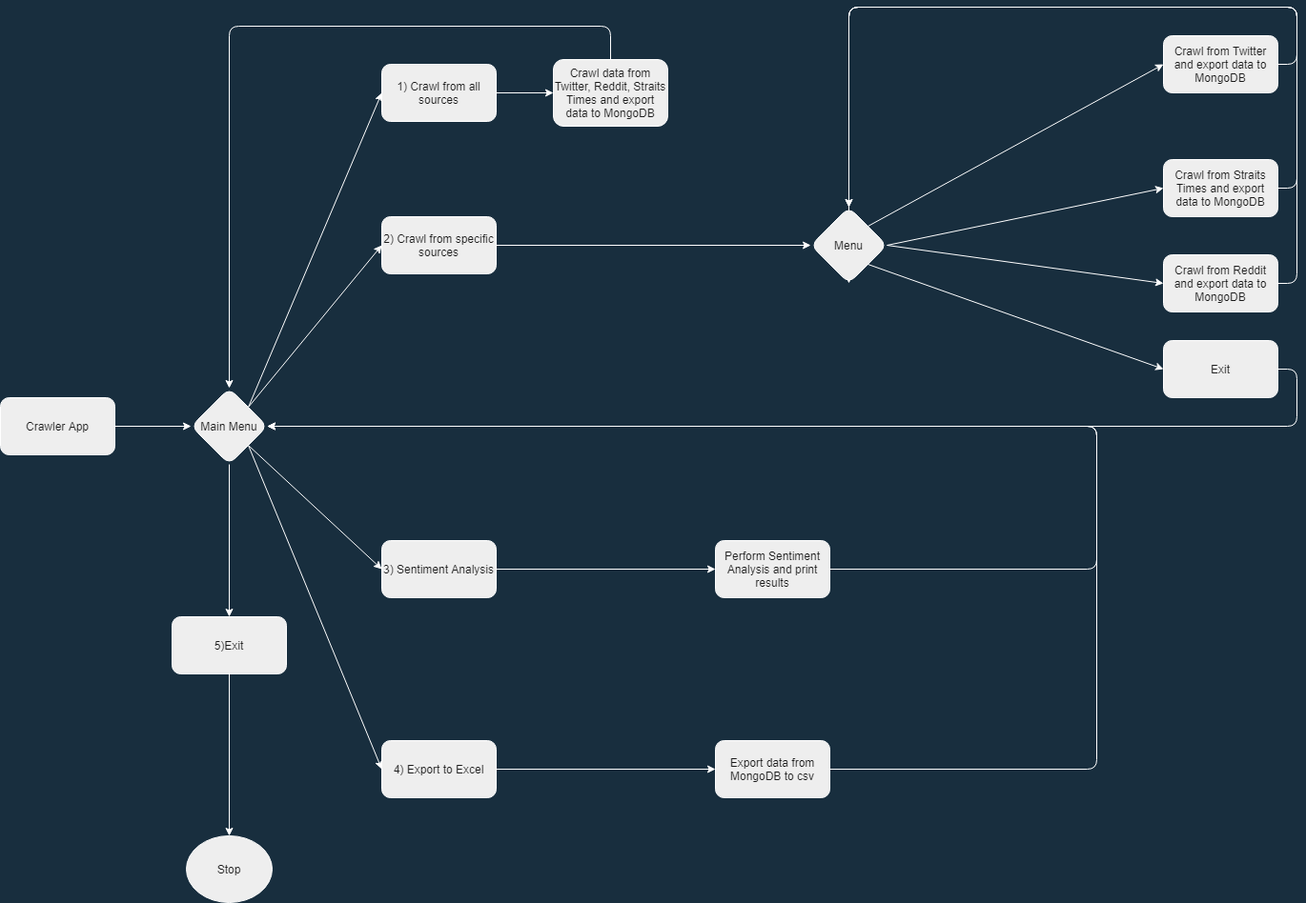
This is Spooder/Untitled Diagram.png from yxchia98/spooder, a draw.io export, as it was before one commit. Source tidied: cells renumbered, new cells last; positions are measured from the earlier drawing's top-left corner, leaving out a move shared by most shapes.
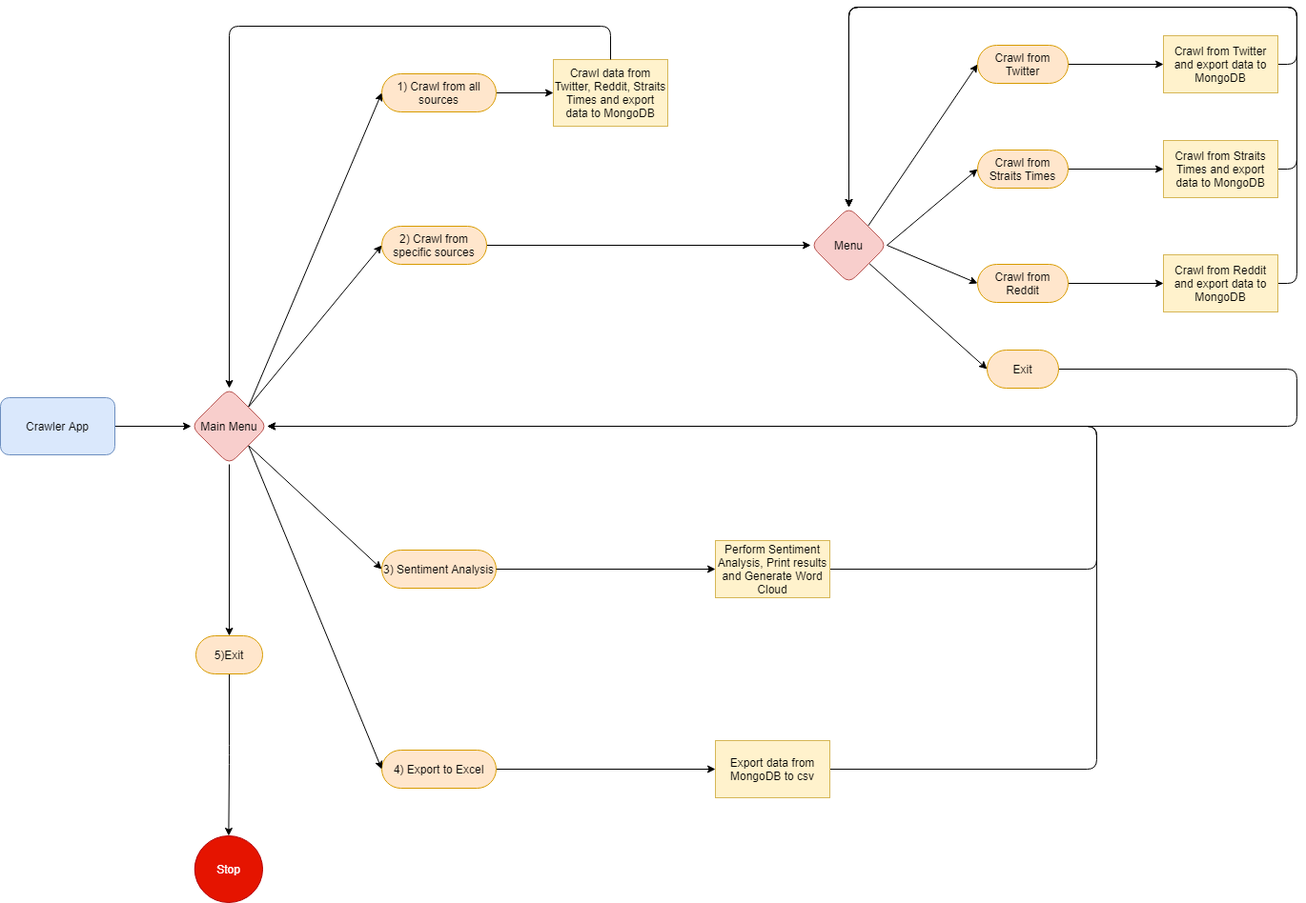
After the change.

What changed in the source:
```diff
@@ -1,2 +1,2 @@
-<mxGraphModel background="#182E3E">
+<mxGraphModel>
   <root>
@@ -4,60 +4,60 @@
     <mxCell id="1" parent="0" />
-    <mxCell id="2" style="edgeStyle=orthogonalEdgeStyle;jettySize=auto;html=1;exitX=1;exitY=0.5;exitDx=0;exitDy=0;entryX=0;entryY=0.5;entryDx=0;entryDy=0;strokeColor=#FFFFFF;fontColor=#FFFFFF;labelBackgroundColor=#182E3E;" parent="1" edge="1" source="3" target="20">
+    <mxCell id="2" style="edgeStyle=orthogonalEdgeStyle;jettySize=auto;html=1;exitX=1;exitY=0.5;exitDx=0;exitDy=0;entryX=0;entryY=0.5;entryDx=0;entryDy=0;" parent="1" edge="1" source="3" target="20">
       <mxGeometry relative="1" as="geometry" />
     </mxCell>
-    <mxCell id="3" value="1) Crawl from all sources" style="whiteSpace=wrap;html=1;rounded=1;fillColor=#EEEEEE;strokeColor=#FFFFFF;fontColor=#1A1A1A;" parent="1" vertex="1">
-      <mxGeometry x="400" y="60" width="120" height="60" as="geometry" />
+    <mxCell id="3" value="1) Crawl from all sources" style="whiteSpace=wrap;html=1;rounded=1;arcSize=50;fillColor=#ffe6cc;strokeColor=#d79b00;" parent="1" vertex="1">
+      <mxGeometry x="400" y="70" width="120" height="40" as="geometry" />
     </mxCell>
-    <mxCell id="4" style="edgeStyle=orthogonalEdgeStyle;jettySize=auto;html=1;exitX=1;exitY=0.5;exitDx=0;exitDy=0;entryX=0;entryY=0.5;entryDx=0;entryDy=0;strokeColor=#FFFFFF;fontColor=#FFFFFF;labelBackgroundColor=#182E3E;" parent="1" edge="1" source="5" target="35">
+    <mxCell id="4" style="edgeStyle=orthogonalEdgeStyle;jettySize=auto;html=1;exitX=1;exitY=0.5;exitDx=0;exitDy=0;entryX=0;entryY=0.5;entryDx=0;entryDy=0;" parent="1" edge="1" source="5" target="35">
       <mxGeometry relative="1" as="geometry" />
     </mxCell>
-    <mxCell id="5" value="4) Export to Excel" style="whiteSpace=wrap;html=1;rounded=1;fillColor=#EEEEEE;strokeColor=#FFFFFF;fontColor=#1A1A1A;" parent="1" vertex="1">
-      <mxGeometry x="400" y="770" width="120" height="60" as="geometry" />
+    <mxCell id="5" value="4) Export to Excel" style="whiteSpace=wrap;html=1;rounded=1;arcSize=50;fillColor=#ffe6cc;strokeColor=#d79b00;" parent="1" vertex="1">
+      <mxGeometry x="400" y="780" width="120" height="40" as="geometry" />
     </mxCell>
-    <mxCell id="6" value="3) Sentiment Analysis" style="whiteSpace=wrap;html=1;rounded=1;fillColor=#EEEEEE;strokeColor=#FFFFFF;fontColor=#1A1A1A;" parent="1" vertex="1">
-      <mxGeometry x="400" y="560" width="120" height="60" as="geometry" />
+    <mxCell id="6" value="3) Sentiment Analysis" style="whiteSpace=wrap;html=1;rounded=1;arcSize=50;fillColor=#ffe6cc;strokeColor=#d79b00;" parent="1" vertex="1">
+      <mxGeometry x="400" y="570" width="120" height="40" as="geometry" />
     </mxCell>
-    <mxCell id="7" style="edgeStyle=orthogonalEdgeStyle;jettySize=auto;html=1;strokeColor=#FFFFFF;fontColor=#FFFFFF;labelBackgroundColor=#182E3E;" parent="1" edge="1" source="8" target="39">
+    <mxCell id="7" style="edgeStyle=orthogonalEdgeStyle;jettySize=auto;html=1;" parent="1" edge="1" source="8" target="39">
       <mxGeometry relative="1" as="geometry" />
     </mxCell>
-    <mxCell id="8" value="2) Crawl from specific sources" style="whiteSpace=wrap;html=1;rounded=1;fillColor=#EEEEEE;strokeColor=#FFFFFF;fontColor=#1A1A1A;" parent="1" vertex="1">
-      <mxGeometry x="400" y="220" width="120" height="60" as="geometry" />
+    <mxCell id="8" value="2) Crawl from specific sources" style="whiteSpace=wrap;html=1;rounded=1;arcSize=50;fillColor=#ffe6cc;strokeColor=#d79b00;" parent="1" vertex="1">
+      <mxGeometry x="400" y="230" width="110" height="40" as="geometry" />
     </mxCell>
-    <mxCell id="9" style="edgeStyle=orthogonalEdgeStyle;jettySize=auto;html=1;exitX=1;exitY=0.5;exitDx=0;exitDy=0;strokeColor=#FFFFFF;fontColor=#FFFFFF;labelBackgroundColor=#182E3E;" parent="1" edge="1" source="10" target="18">
+    <mxCell id="9" style="edgeStyle=orthogonalEdgeStyle;jettySize=auto;html=1;exitX=1;exitY=0.5;exitDx=0;exitDy=0;" parent="1" edge="1" source="10" target="18">
       <mxGeometry relative="1" as="geometry" />
     </mxCell>
-    <mxCell id="10" value="Crawler App" style="whiteSpace=wrap;html=1;rounded=1;fillColor=#EEEEEE;strokeColor=#FFFFFF;fontColor=#1A1A1A;" parent="1" vertex="1">
+    <mxCell id="10" value="Crawler App" style="whiteSpace=wrap;html=1;rounded=1;fillColor=#dae8fc;strokeColor=#6c8ebf;" parent="1" vertex="1">
       <mxGeometry y="410" width="120" height="60" as="geometry" />
     </mxCell>
-    <mxCell id="11" style="edgeStyle=orthogonalEdgeStyle;jettySize=auto;html=1;exitX=0.5;exitY=1;exitDx=0;exitDy=0;entryX=0.5;entryY=0;entryDx=0;entryDy=0;strokeColor=#FFFFFF;fontColor=#FFFFFF;labelBackgroundColor=#182E3E;" parent="1" edge="1" source="12" target="19">
+    <mxCell id="11" style="edgeStyle=orthogonalEdgeStyle;jettySize=auto;html=1;exitX=0.5;exitY=1;exitDx=0;exitDy=0;entryX=0.5;entryY=0;entryDx=0;entryDy=0;" parent="1" edge="1" source="12" target="19">
       <mxGeometry relative="1" as="geometry" />
     </mxCell>
-    <mxCell id="12" value="5)Exit" style="whiteSpace=wrap;html=1;rounded=1;fillColor=#EEEEEE;strokeColor=#FFFFFF;fontColor=#1A1A1A;" parent="1" vertex="1">
-      <mxGeometry x="180" y="640" width="120" height="60" as="geometry" />
+    <mxCell id="12" value="5)Exit" style="whiteSpace=wrap;html=1;rounded=1;arcSize=50;fillColor=#ffe6cc;strokeColor=#d79b00;" parent="1" vertex="1">
+      <mxGeometry x="205" y="660" width="70" height="40" as="geometry" />
     </mxCell>
-    <mxCell id="13" style="endArrow=classic;html=1;entryX=0;entryY=0.5;entryDx=0;entryDy=0;exitX=1;exitY=0;exitDx=0;exitDy=0;strokeColor=#FFFFFF;fontColor=#FFFFFF;labelBackgroundColor=#182E3E;" parent="1" edge="1" source="18" target="3">
+    <mxCell id="13" style="endArrow=classic;html=1;entryX=0;entryY=0.5;entryDx=0;entryDy=0;exitX=1;exitY=0;exitDx=0;exitDy=0;" parent="1" edge="1" source="18" target="3">
       <mxGeometry relative="1" as="geometry" />
     </mxCell>
-    <mxCell id="14" style="endArrow=classic;html=1;entryX=0;entryY=0.5;entryDx=0;entryDy=0;exitX=1;exitY=0;exitDx=0;exitDy=0;strokeColor=#FFFFFF;fontColor=#FFFFFF;labelBackgroundColor=#182E3E;" parent="1" edge="1" source="18" target="8">
+    <mxCell id="14" style="endArrow=classic;html=1;entryX=0;entryY=0.5;entryDx=0;entryDy=0;exitX=1;exitY=0;exitDx=0;exitDy=0;" parent="1" edge="1" source="18" target="8">
       <mxGeometry relative="1" as="geometry" />
     </mxCell>
-    <mxCell id="15" style="endArrow=classic;html=1;entryX=0;entryY=0.5;entryDx=0;entryDy=0;exitX=1;exitY=1;exitDx=0;exitDy=0;strokeColor=#FFFFFF;fontColor=#FFFFFF;labelBackgroundColor=#182E3E;" parent="1" edge="1" source="18" target="6">
+    <mxCell id="15" style="endArrow=classic;html=1;entryX=0;entryY=0.5;entryDx=0;entryDy=0;exitX=1;exitY=1;exitDx=0;exitDy=0;" parent="1" edge="1" source="18" target="6">
       <mxGeometry relative="1" as="geometry" />
     </mxCell>
-    <mxCell id="16" style="endArrow=classic;html=1;exitX=1;exitY=1;exitDx=0;exitDy=0;entryX=0;entryY=0.5;entryDx=0;entryDy=0;strokeColor=#FFFFFF;fontColor=#FFFFFF;labelBackgroundColor=#182E3E;" parent="1" edge="1" source="18" target="5">
+    <mxCell id="16" style="endArrow=classic;html=1;exitX=1;exitY=1;exitDx=0;exitDy=0;entryX=0;entryY=0.5;entryDx=0;entryDy=0;" parent="1" edge="1" source="18" target="5">
       <mxGeometry relative="1" as="geometry" />
     </mxCell>
-    <mxCell id="17" style="endArrow=classic;html=1;entryX=0.5;entryY=0;entryDx=0;entryDy=0;exitX=0.5;exitY=1;exitDx=0;exitDy=0;strokeColor=#FFFFFF;fontColor=#FFFFFF;labelBackgroundColor=#182E3E;" parent="1" edge="1" source="18" target="12">
+    <mxCell id="17" style="endArrow=classic;html=1;entryX=0.5;entryY=0;entryDx=0;entryDy=0;exitX=0.5;exitY=1;exitDx=0;exitDy=0;" parent="1" edge="1" source="18" target="12">
       <mxGeometry relative="1" as="geometry" />
     </mxCell>
-    <mxCell id="18" value="Main Menu" style="rhombus;whiteSpace=wrap;html=1;rounded=1;fillColor=#EEEEEE;strokeColor=#FFFFFF;fontColor=#1A1A1A;" parent="1" vertex="1">
+    <mxCell id="18" value="Main Menu" style="rhombus;whiteSpace=wrap;html=1;rounded=1;fillColor=#f8cecc;strokeColor=#b85450;" parent="1" vertex="1">
       <mxGeometry x="200" y="400" width="80" height="80" as="geometry" />
     </mxCell>
-    <mxCell id="19" value="Stop" style="ellipse;whiteSpace=wrap;html=1;rounded=1;fillColor=#EEEEEE;strokeColor=#FFFFFF;fontColor=#1A1A1A;" parent="1" vertex="1">
-      <mxGeometry x="195" y="870" width="90" height="70" as="geometry" />
+    <mxCell id="19" value="&lt;font style=&quot;font-size: 12px&quot;&gt;Stop&lt;/font&gt;" style="ellipse;whiteSpace=wrap;html=1;rounded=1;fillColor=#e51400;strokeColor=#B20000;fontColor=#ffffff;" parent="1" vertex="1">
+      <mxGeometry x="203.8" y="870" width="71.2" height="70" as="geometry" />
     </mxCell>
-    <mxCell id="20" value="Crawl data from Twitter, Reddit, Straits Times and export data to MongoDB" style="whiteSpace=wrap;html=1;rounded=1;fillColor=#EEEEEE;strokeColor=#FFFFFF;fontColor=#1A1A1A;" parent="1" vertex="1">
+    <mxCell id="20" value="Crawl data from Twitter, Reddit, Straits Times and export data to MongoDB" style="whiteSpace=wrap;html=1;rounded=1;arcSize=0;fillColor=#fff2cc;strokeColor=#d6b656;" parent="1" vertex="1">
       <mxGeometry x="580" y="55" width="120" height="70" as="geometry" />
     </mxCell>
-    <mxCell id="21" style="endArrow=classic;html=1;exitX=0.5;exitY=0;exitDx=0;exitDy=0;entryX=0.5;entryY=0;entryDx=0;entryDy=0;strokeColor=#FFFFFF;fontColor=#FFFFFF;labelBackgroundColor=#182E3E;" parent="1" edge="1" source="20" target="18">
+    <mxCell id="21" style="endArrow=classic;html=1;exitX=0.5;exitY=0;exitDx=0;exitDy=0;entryX=0.5;entryY=0;entryDx=0;entryDy=0;" parent="1" edge="1" source="20" target="18">
       <mxGeometry relative="1" as="geometry">
@@ -69,3 +69,3 @@
     </mxCell>
-    <mxCell id="22" style="edgeStyle=orthogonalEdgeStyle;jettySize=auto;html=1;entryX=0.5;entryY=0;entryDx=0;entryDy=0;exitX=1;exitY=0.5;exitDx=0;exitDy=0;strokeColor=#FFFFFF;fontColor=#FFFFFF;labelBackgroundColor=#182E3E;" parent="1" edge="1" source="23" target="39">
+    <mxCell id="22" style="edgeStyle=orthogonalEdgeStyle;jettySize=auto;html=1;entryX=0.5;entryY=0;entryDx=0;entryDy=0;exitX=1;exitY=0.5;exitDx=0;exitDy=0;" parent="1" edge="1" source="23" target="39">
       <mxGeometry relative="1" as="geometry">
@@ -78,9 +78,9 @@
     </mxCell>
-    <mxCell id="23" value="Crawl from Twitter and export data to MongoDB" style="whiteSpace=wrap;html=1;rounded=1;fillColor=#EEEEEE;strokeColor=#FFFFFF;fontColor=#1A1A1A;" parent="1" vertex="1">
+    <mxCell id="23" value="Crawl from Twitter and export data to MongoDB" style="whiteSpace=wrap;html=1;rounded=1;arcSize=0;fillColor=#fff2cc;strokeColor=#d6b656;" parent="1" vertex="1">
       <mxGeometry x="1220" y="30" width="120" height="60" as="geometry" />
     </mxCell>
-    <mxCell id="24" style="endArrow=classic;html=1;exitX=1;exitY=0;exitDx=0;exitDy=0;entryX=0;entryY=0.5;entryDx=0;entryDy=0;strokeColor=#FFFFFF;fontColor=#FFFFFF;labelBackgroundColor=#182E3E;" parent="1" edge="1" source="39" target="23">
+    <mxCell id="24" style="endArrow=classic;html=1;exitX=1;exitY=0;exitDx=0;exitDy=0;entryX=0;entryY=0.5;entryDx=0;entryDy=0;" parent="1" edge="1" source="39" target="41">
       <mxGeometry relative="1" as="geometry" />
     </mxCell>
-    <mxCell id="25" style="edgeStyle=orthogonalEdgeStyle;jettySize=auto;html=1;entryX=0.5;entryY=1;entryDx=0;entryDy=0;exitX=1;exitY=0.5;exitDx=0;exitDy=0;strokeColor=#FFFFFF;fontColor=#FFFFFF;labelBackgroundColor=#182E3E;" parent="1" edge="1" source="26" target="39">
+    <mxCell id="25" style="edgeStyle=orthogonalEdgeStyle;jettySize=auto;html=1;entryX=0.5;entryY=0;entryDx=0;entryDy=0;exitX=1;exitY=0.5;exitDx=0;exitDy=0;" parent="1" edge="1" source="26" target="39">
       <mxGeometry relative="1" as="geometry">
@@ -90,2 +90,3 @@
           <mxPoint x="890" />
+          <mxPoint x="890" y="90" />
         </Array>
@@ -93,9 +94,9 @@
     </mxCell>
-    <mxCell id="26" value="Crawl from Reddit and export data to MongoDB" style="whiteSpace=wrap;html=1;rounded=1;fillColor=#EEEEEE;strokeColor=#FFFFFF;fontColor=#1A1A1A;" parent="1" vertex="1">
+    <mxCell id="26" value="Crawl from Reddit and export data to MongoDB" style="whiteSpace=wrap;html=1;rounded=1;arcSize=0;fillColor=#fff2cc;strokeColor=#d6b656;" parent="1" vertex="1">
       <mxGeometry x="1220" y="260" width="120" height="60" as="geometry" />
     </mxCell>
-    <mxCell id="27" style="edgeStyle=orthogonalEdgeStyle;jettySize=auto;html=1;entryX=0.5;entryY=0;entryDx=0;entryDy=0;exitX=1;exitY=0.5;exitDx=0;exitDy=0;strokeColor=#FFFFFF;fontColor=#FFFFFF;labelBackgroundColor=#182E3E;" parent="1" edge="1" source="28" target="39">
+    <mxCell id="27" style="edgeStyle=orthogonalEdgeStyle;jettySize=auto;html=1;entryX=0.5;entryY=0;entryDx=0;entryDy=0;exitX=1;exitY=0.5;exitDx=0;exitDy=0;" parent="1" edge="1" source="28" target="39">
       <mxGeometry relative="1" as="geometry">
         <Array as="points">
-          <mxPoint x="1360" y="190" />
+          <mxPoint x="1360" y="170" />
           <mxPoint x="1360" />
@@ -105,12 +106,12 @@
     </mxCell>
-    <mxCell id="28" value="Crawl from Straits Times and export data to MongoDB" style="whiteSpace=wrap;html=1;rounded=1;fillColor=#EEEEEE;strokeColor=#FFFFFF;fontColor=#1A1A1A;" parent="1" vertex="1">
-      <mxGeometry x="1220" y="160" width="120" height="60" as="geometry" />
+    <mxCell id="28" value="Crawl from Straits Times and export data to MongoDB" style="whiteSpace=wrap;html=1;rounded=1;arcSize=0;fillColor=#fff2cc;strokeColor=#d6b656;" parent="1" vertex="1">
+      <mxGeometry x="1220" y="140" width="120" height="60" as="geometry" />
     </mxCell>
-    <mxCell id="29" style="endArrow=classic;html=1;entryX=0;entryY=0.5;entryDx=0;entryDy=0;exitX=1;exitY=0.5;exitDx=0;exitDy=0;strokeColor=#FFFFFF;fontColor=#FFFFFF;labelBackgroundColor=#182E3E;" parent="1" edge="1" source="39" target="26">
+    <mxCell id="29" style="endArrow=classic;html=1;entryX=0;entryY=0.5;entryDx=0;entryDy=0;exitX=1;exitY=0.5;exitDx=0;exitDy=0;" parent="1" edge="1" source="39" target="45">
       <mxGeometry relative="1" as="geometry" />
     </mxCell>
-    <mxCell id="30" style="endArrow=classic;html=1;entryX=0;entryY=0.5;entryDx=0;entryDy=0;exitX=1;exitY=0.5;exitDx=0;exitDy=0;strokeColor=#FFFFFF;fontColor=#FFFFFF;labelBackgroundColor=#182E3E;" parent="1" edge="1" source="39" target="28">
+    <mxCell id="30" style="endArrow=classic;html=1;entryX=0;entryY=0.5;entryDx=0;entryDy=0;exitX=1;exitY=0.5;exitDx=0;exitDy=0;" parent="1" edge="1" source="39" target="43">
       <mxGeometry relative="1" as="geometry" />
     </mxCell>
-    <mxCell id="31" style="edgeStyle=orthogonalEdgeStyle;jettySize=auto;html=1;entryX=1;entryY=0.5;entryDx=0;entryDy=0;strokeColor=#FFFFFF;fontColor=#FFFFFF;labelBackgroundColor=#182E3E;" parent="1" edge="1" source="32" target="18">
+    <mxCell id="31" style="edgeStyle=orthogonalEdgeStyle;jettySize=auto;html=1;entryX=1;entryY=0.5;entryDx=0;entryDy=0;" parent="1" edge="1" source="32" target="18">
       <mxGeometry relative="1" as="geometry">
@@ -122,9 +123,9 @@
     </mxCell>
-    <mxCell id="32" value="Perform Sentiment Analysis and print results" style="whiteSpace=wrap;html=1;rounded=1;fillColor=#EEEEEE;strokeColor=#FFFFFF;fontColor=#1A1A1A;" parent="1" vertex="1">
+    <mxCell id="32" value="Perform Sentiment Analysis, Print results and Generate Word Cloud" style="whiteSpace=wrap;html=1;rounded=1;arcSize=0;fillColor=#fff2cc;strokeColor=#d6b656;" parent="1" vertex="1">
       <mxGeometry x="750" y="560" width="120" height="60" as="geometry" />
     </mxCell>
-    <mxCell id="33" style="endArrow=classic;html=1;entryX=0;entryY=0.5;entryDx=0;entryDy=0;exitX=1;exitY=0.5;exitDx=0;exitDy=0;strokeColor=#FFFFFF;fontColor=#FFFFFF;labelBackgroundColor=#182E3E;" parent="1" edge="1" source="6" target="32">
+    <mxCell id="33" style="endArrow=classic;html=1;entryX=0;entryY=0.5;entryDx=0;entryDy=0;exitX=1;exitY=0.5;exitDx=0;exitDy=0;" parent="1" edge="1" source="6" target="32">
       <mxGeometry relative="1" as="geometry" />
     </mxCell>
-    <mxCell id="34" style="edgeStyle=orthogonalEdgeStyle;jettySize=auto;html=1;entryX=1;entryY=0.5;entryDx=0;entryDy=0;strokeColor=#FFFFFF;fontColor=#FFFFFF;labelBackgroundColor=#182E3E;" parent="1" edge="1" source="35" target="18">
+    <mxCell id="34" style="edgeStyle=orthogonalEdgeStyle;jettySize=auto;html=1;entryX=1;entryY=0.5;entryDx=0;entryDy=0;" parent="1" edge="1" source="35" target="18">
       <mxGeometry relative="1" as="geometry">
@@ -136,6 +137,6 @@
     </mxCell>
-    <mxCell id="35" value="Export data from MongoDB to csv" style="whiteSpace=wrap;html=1;rounded=1;fillColor=#EEEEEE;strokeColor=#FFFFFF;fontColor=#1A1A1A;" parent="1" vertex="1">
+    <mxCell id="35" value="Export data from MongoDB to csv" style="whiteSpace=wrap;html=1;rounded=1;arcSize=0;fillColor=#fff2cc;strokeColor=#d6b656;" parent="1" vertex="1">
       <mxGeometry x="750" y="770" width="120" height="60" as="geometry" />
     </mxCell>
-    <mxCell id="36" style="edgeStyle=orthogonalEdgeStyle;jettySize=auto;html=1;entryX=1;entryY=0.5;entryDx=0;entryDy=0;exitX=1;exitY=0.5;exitDx=0;exitDy=0;strokeColor=#FFFFFF;fontColor=#FFFFFF;labelBackgroundColor=#182E3E;" parent="1" edge="1" source="37" target="18">
+    <mxCell id="36" style="edgeStyle=orthogonalEdgeStyle;jettySize=auto;html=1;entryX=1;entryY=0.5;entryDx=0;entryDy=0;exitX=1;exitY=0.5;exitDx=0;exitDy=0;" parent="1" edge="1" source="37" target="18">
       <mxGeometry relative="1" as="geometry">
@@ -147,11 +148,29 @@
     </mxCell>
-    <mxCell id="37" value="Exit" style="whiteSpace=wrap;html=1;rounded=1;fillColor=#EEEEEE;strokeColor=#FFFFFF;fontColor=#1A1A1A;" parent="1" vertex="1">
-      <mxGeometry x="1220" y="350" width="120" height="60" as="geometry" />
+    <mxCell id="37" value="Exit" style="whiteSpace=wrap;html=1;rounded=1;arcSize=50;fillColor=#ffe6cc;strokeColor=#d79b00;" parent="1" vertex="1">
+      <mxGeometry x="1035" y="360" width="75" height="40" as="geometry" />
     </mxCell>
-    <mxCell id="38" style="endArrow=classic;html=1;entryX=0;entryY=0.5;entryDx=0;entryDy=0;exitX=1;exitY=1;exitDx=0;exitDy=0;strokeColor=#FFFFFF;fontColor=#FFFFFF;labelBackgroundColor=#182E3E;" parent="1" edge="1" source="39" target="37">
+    <mxCell id="38" style="endArrow=classic;html=1;entryX=0;entryY=0.5;entryDx=0;entryDy=0;" parent="1" edge="1" source="39" target="37">
       <mxGeometry relative="1" as="geometry" />
     </mxCell>
-    <mxCell id="39" value="Menu" style="rhombus;whiteSpace=wrap;html=1;rounded=1;fillColor=#EEEEEE;strokeColor=#FFFFFF;fontColor=#1A1A1A;" parent="1" vertex="1">
+    <mxCell id="39" value="Menu" style="rhombus;whiteSpace=wrap;html=1;rounded=1;fillColor=#f8cecc;strokeColor=#b85450;" parent="1" vertex="1">
       <mxGeometry x="850" y="210" width="80" height="80" as="geometry" />
     </mxCell>
+    <mxCell id="40" style="edgeStyle=orthogonalEdgeStyle;rounded=0;jettySize=auto;html=1;entryX=0;entryY=0.5;entryDx=0;entryDy=0;" parent="1" edge="1" source="41" target="23">
+      <mxGeometry relative="1" as="geometry" />
+    </mxCell>
+    <mxCell id="41" value="Crawl from Twitter" style="whiteSpace=wrap;html=1;rounded=1;arcSize=50;fillColor=#ffe6cc;strokeColor=#d79b00;" parent="1" vertex="1">
+      <mxGeometry x="1025" y="40" width="95" height="40" as="geometry" />
+    </mxCell>
+    <mxCell id="42" style="edgeStyle=orthogonalEdgeStyle;rounded=0;jettySize=auto;html=1;entryX=0;entryY=0.5;entryDx=0;entryDy=0;exitX=1;exitY=0.5;exitDx=0;exitDy=0;" parent="1" edge="1" source="43" target="28">
+      <mxGeometry relative="1" as="geometry" />
+    </mxCell>
+    <mxCell id="43" value="Crawl from Straits Times" style="whiteSpace=wrap;html=1;rounded=1;arcSize=50;fillColor=#ffe6cc;strokeColor=#d79b00;" parent="1" vertex="1">
+      <mxGeometry x="1025" y="150" width="95" height="40" as="geometry" />
+    </mxCell>
+    <mxCell id="44" style="edgeStyle=orthogonalEdgeStyle;rounded=0;jettySize=auto;html=1;entryX=0;entryY=0.5;entryDx=0;entryDy=0;" parent="1" edge="1" source="45" target="26">
+      <mxGeometry relative="1" as="geometry" />
+    </mxCell>
+    <mxCell id="45" value="Crawl from Reddit" style="whiteSpace=wrap;html=1;rounded=1;arcSize=50;fillColor=#ffe6cc;strokeColor=#d79b00;" parent="1" vertex="1">
+      <mxGeometry x="1025" y="270" width="95" height="40" as="geometry" />
+    </mxCell>
   </root>
```
